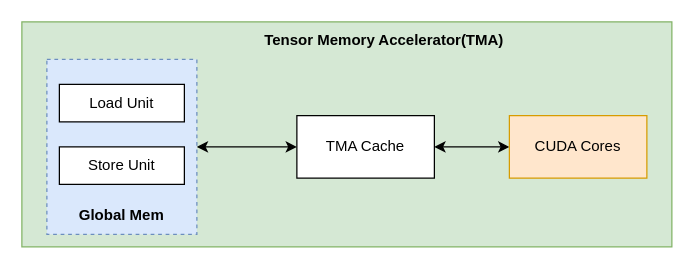
Above: ARM/deepGEMM.drawio in mailonghua/drawio (draw.io), before the change. Source tidied: cells renumbered, new cells numbered last; positions are measured from the earlier drawing's top-left corner, leaving out a move shared by most shapes. Both pictures are drawn from the tidied source at 125%, with x=0, y=0 at pixel (21, 21).
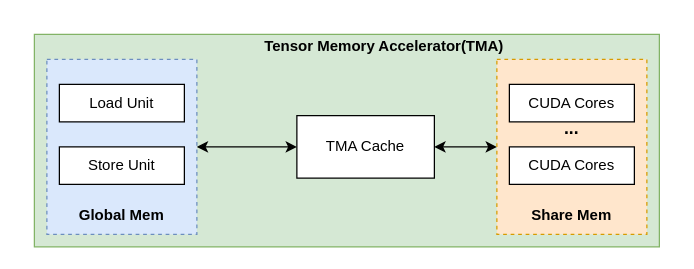
The same diagram, later.

Diff of the diagram source:
```diff
@@
 <mxGraphModel>
   <root>
     <mxCell id="0" />
     <mxCell id="1" parent="0" />
     <mxCell id="2" style="rounded=0;whiteSpace=wrap;html=1;fillColor=#d5e8d4;strokeColor=#82b366;" parent="1" vertex="1">
-      <mxGeometry width="520" height="180" as="geometry" />
+      <mxGeometry x="10" y="10" width="500" height="170" as="geometry" />
     </mxCell>
     <mxCell id="3" style="edgeStyle=orthogonalEdgeStyle;rounded=0;jettySize=auto;html=1;exitX=1;exitY=0.5;exitDx=0;exitDy=0;entryX=0;entryY=0.5;entryDx=0;entryDy=0;startArrow=classic;startFill=1;" parent="1" edge="1" source="4" target="9">
       <mxGeometry relative="1" as="geometry" />
     </mxCell>
     <mxCell id="4" style="rounded=0;whiteSpace=wrap;html=1;dashed=1;fillColor=#dae8fc;strokeColor=#6c8ebf;" parent="1" vertex="1">
       <mxGeometry x="20" y="30" width="120" height="140" as="geometry" />
     </mxCell>
     <mxCell id="5" value="Load Unit" style="rounded=0;whiteSpace=wrap;html=1;" parent="1" vertex="1">
       <mxGeometry x="30" y="50" width="100" height="30" as="geometry" />
     </mxCell>
     <mxCell id="6" value="Store Unit" style="rounded=0;whiteSpace=wrap;html=1;" parent="1" vertex="1">
       <mxGeometry x="30" y="100" width="100" height="30" as="geometry" />
     </mxCell>
     <mxCell id="7" value="Global Mem" style="text;strokeColor=none;align=center;fillColor=none;html=1;verticalAlign=middle;whiteSpace=wrap;rounded=0;fontStyle=1;" parent="1" vertex="1">
       <mxGeometry x="10" y="140" width="140" height="30" as="geometry" />
     </mxCell>
-    <mxCell id="8" style="edgeStyle=orthogonalEdgeStyle;rounded=0;jettySize=auto;html=1;exitX=1;exitY=0.5;exitDx=0;exitDy=0;entryX=0;entryY=0.5;entryDx=0;entryDy=0;startArrow=classic;startFill=1;" parent="1" edge="1" source="9" target="10">
-      <mxGeometry relative="1" as="geometry" />
-    </mxCell>
+    <mxCell id="12" style="edgeStyle=orthogonalEdgeStyle;rounded=0;jettySize=auto;html=1;exitX=1;exitY=0.5;exitDx=0;exitDy=0;entryX=0;entryY=0.5;entryDx=0;entryDy=0;startArrow=classic;startFill=1;" parent="1" edge="1" source="9" target="13">
+      <mxGeometry relative="1" as="geometry" />
+    </mxCell>
     <mxCell id="9" value="TMA Cache" style="rounded=0;whiteSpace=wrap;html=1;" parent="1" vertex="1">
       <mxGeometry x="220" y="75" width="110" height="50" as="geometry" />
     </mxCell>
-    <mxCell id="10" value="CUDA Cores" style="rounded=0;whiteSpace=wrap;html=1;fillColor=#ffe6cc;strokeColor=#d79b00;" parent="1" vertex="1">
-      <mxGeometry x="390" y="75" width="110" height="50" as="geometry" />
-    </mxCell>
     <mxCell id="11" value="Tensor Memory Accelerator(TMA)" style="text;strokeColor=none;align=center;fillColor=none;html=1;verticalAlign=middle;whiteSpace=wrap;rounded=0;fontStyle=1;" parent="1" vertex="1">
-      <mxGeometry x="170" width="240" height="30" as="geometry" />
+      <mxGeometry x="170" y="5" width="240" height="30" as="geometry" />
     </mxCell>
+    <mxCell id="13" style="rounded=0;whiteSpace=wrap;html=1;dashed=1;fillColor=#ffe6cc;strokeColor=#d79b00;" parent="1" vertex="1">
+      <mxGeometry x="380" y="30" width="120" height="140" as="geometry" />
+    </mxCell>
+    <mxCell id="14" value="CUDA Cores" style="rounded=0;whiteSpace=wrap;html=1;" parent="1" vertex="1">
+      <mxGeometry x="390" y="50" width="100" height="30" as="geometry" />
+    </mxCell>
+    <mxCell id="15" value="CUDA Cores" style="rounded=0;whiteSpace=wrap;html=1;" parent="1" vertex="1">
+      <mxGeometry x="390" y="100" width="100" height="30" as="geometry" />
+    </mxCell>
+    <mxCell id="16" value="Share Mem" style="text;strokeColor=none;align=center;fillColor=none;html=1;verticalAlign=middle;whiteSpace=wrap;rounded=0;fontStyle=1;" parent="1" vertex="1">
+      <mxGeometry x="370" y="140" width="140" height="30" as="geometry" />
+    </mxCell>
+    <mxCell id="17" value="..." style="text;strokeColor=none;align=center;fillColor=none;html=1;verticalAlign=middle;whiteSpace=wrap;rounded=0;fontStyle=1;fontSize=14;" parent="1" vertex="1">
+      <mxGeometry x="410" y="70" width="60" height="30" as="geometry" />
+    </mxCell>
   </root>
 </mxGraphModel>
```
